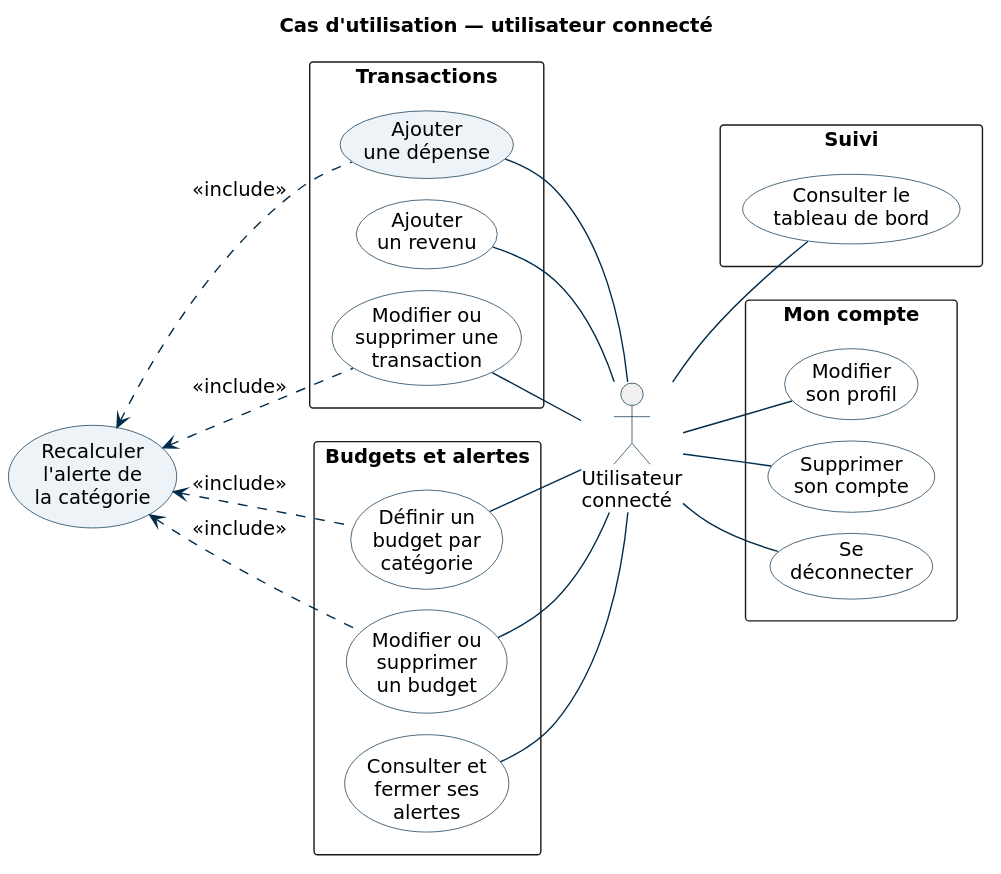
Before: docs/diagrammes/cas-utilisation.svg, a diagram exported from PlantUML (MehdiCherki/Lapince). The source it was exported from:
```plantuml
@startuml
skinparam defaultFontName "DejaVu Sans"
skinparam defaultFontSize 14
skinparam shadowing false
skinparam ranksep 20
skinparam nodesep 15
skinparam packageStyle rectangle
skinparam usecase {
  BackgroundColor #FFFFFF
  BorderColor #002B49
}
skinparam actor {
  BorderColor #002B49
}
skinparam ArrowColor #002B49
left to right direction

title Cas d'utilisation — utilisateur connecté

package "Transactions" {
  usecase "Ajouter\nune dépense" as depense #EEF3F7
  usecase "Ajouter\nun revenu" as revenu
  usecase "Modifier ou\nsupprimer une\ntransaction" as transaction
}
package "Budgets et alertes" {
  usecase "Définir un\nbudget par\ncatégorie" as budget
  usecase "Modifier ou\nsupprimer\nun budget" as budgetmaj
  usecase "Consulter et\nfermer ses\nalertes" as alertes
}
usecase "Recalculer\nl'alerte de\nla catégorie" as alerte #EEF3F7

actor "Utilisateur\nconnecté" as utilisateur

package "Suivi" {
  usecase "Consulter le\ntableau de bord" as tableau
}
package "Mon compte" {
  usecase "Modifier\nson profil" as profil
  usecase "Supprimer\nson compte" as supprimer
  usecase "Se\ndéconnecter" as deconnecter
}

depense -- utilisateur
revenu -- utilisateur
transaction -- utilisateur
budget -- utilisateur
budgetmaj -- utilisateur
alertes -- utilisateur

utilisateur -- tableau
utilisateur -- profil
utilisateur -- supprimer
utilisateur -- deconnecter

alerte <.. depense : <<include>>
alerte <.. transaction : <<include>>
alerte <.. budget : <<include>>
alerte <.. budgetmaj : <<include>>
@enduml
```
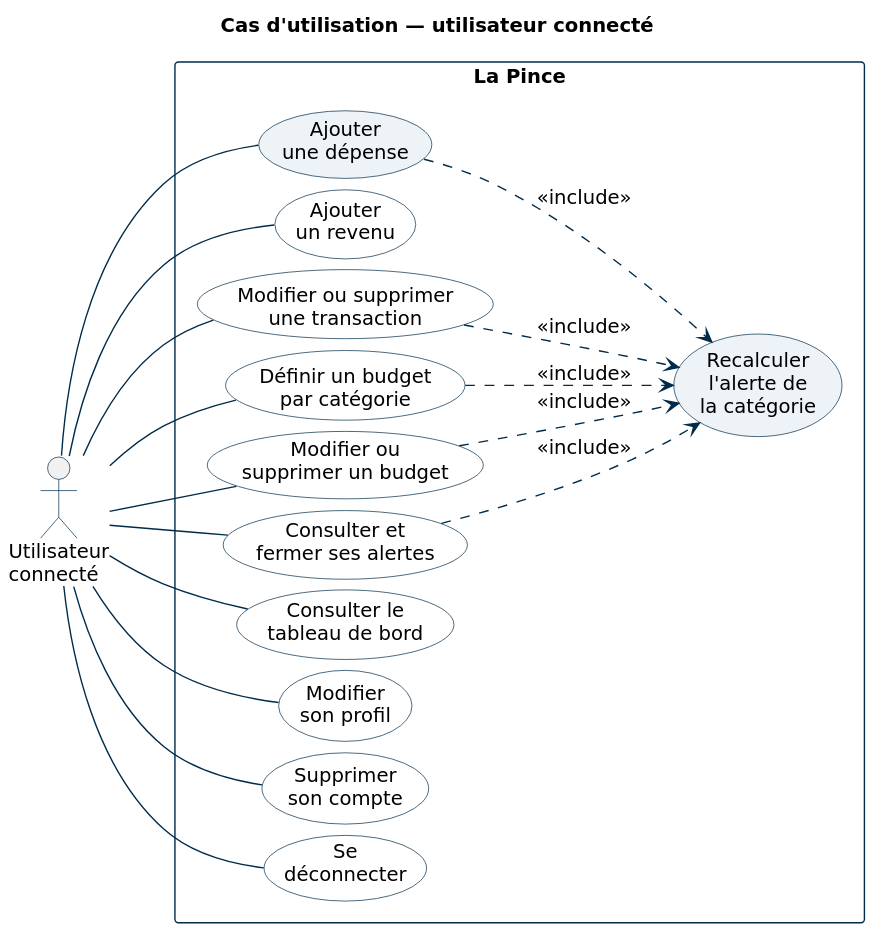
After the change.

Commit message:
docs(diagrams): single system boundary in the use case diagram

Diff of the diagram source:
```diff
@@ -2,11 +2,13 @@
 skinparam defaultFontName "DejaVu Sans"
 skinparam defaultFontSize 14
 skinparam shadowing false
-skinparam ranksep 20
-skinparam nodesep 15
-skinparam packageStyle rectangle
+skinparam ranksep 60
+skinparam nodesep 8
 skinparam usecase {
   BackgroundColor #FFFFFF
+  BorderColor #002B49
+}
+skinparam rectangle {
   BorderColor #002B49
 }
 skinparam actor {
@@ -17,43 +19,36 @@
 
 title Cas d'utilisation — utilisateur connecté
 
-package "Transactions" {
+actor "Utilisateur\nconnecté" as utilisateur
+
+rectangle "La Pince" {
   usecase "Ajouter\nune dépense" as depense #EEF3F7
   usecase "Ajouter\nun revenu" as revenu
-  usecase "Modifier ou\nsupprimer une\ntransaction" as transaction
-}
-package "Budgets et alertes" {
-  usecase "Définir un\nbudget par\ncatégorie" as budget
-  usecase "Modifier ou\nsupprimer\nun budget" as budgetmaj
-  usecase "Consulter et\nfermer ses\nalertes" as alertes
-}
-usecase "Recalculer\nl'alerte de\nla catégorie" as alerte #EEF3F7
-
-actor "Utilisateur\nconnecté" as utilisateur
-
-package "Suivi" {
+  usecase "Modifier ou supprimer\nune transaction" as transaction
+  usecase "Définir un budget\npar catégorie" as budget
+  usecase "Modifier ou\nsupprimer un budget" as budgetmaj
+  usecase "Consulter et\nfermer ses alertes" as alertes
   usecase "Consulter le\ntableau de bord" as tableau
-}
-package "Mon compte" {
   usecase "Modifier\nson profil" as profil
   usecase "Supprimer\nson compte" as supprimer
   usecase "Se\ndéconnecter" as deconnecter
+  usecase "Recalculer\nl'alerte de\nla catégorie" as alerte #EEF3F7
 }
 
-depense -- utilisateur
-revenu -- utilisateur
-transaction -- utilisateur
-budget -- utilisateur
-budgetmaj -- utilisateur
-alertes -- utilisateur
-
+utilisateur -- depense
+utilisateur -- revenu
+utilisateur -- transaction
+utilisateur -- budget
+utilisateur -- budgetmaj
+utilisateur -- alertes
 utilisateur -- tableau
 utilisateur -- profil
 utilisateur -- supprimer
 utilisateur -- deconnecter
 
-alerte <.. depense : <<include>>
-alerte <.. transaction : <<include>>
-alerte <.. budget : <<include>>
-alerte <.. budgetmaj : <<include>>
+depense ..> alerte : <<include>>
+transaction ..> alerte : <<include>>
+budget ..> alerte : <<include>>
+budgetmaj ..> alerte : <<include>>
+alertes ..> alerte : <<include>>
 @enduml
```
